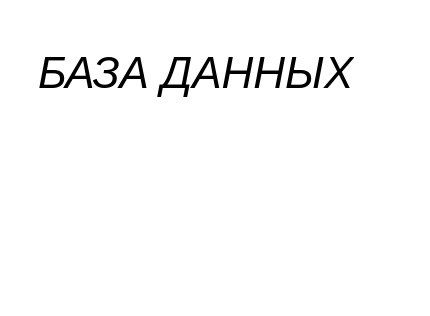
Earlier version of the draw.io diagram page "таски" (3 of 4) of мебкух.drawio (User-cyber-new/mebkuch). Source tidied: cells renumbered, new cells numbered last; positions are measured from the earlier drawing's top-left corner, leaving out a move shared by most shapes. Both pictures are drawn from the tidied source at 200%, with x=0, y=0 at pixel (34, 34).
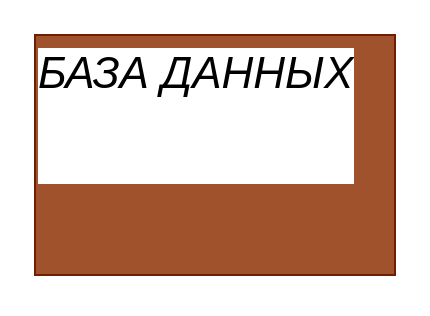
The same diagram, later.

Change to the diagram source:
```diff
@@
 <mxGraphModel>
   <root>
     <mxCell id="0" />
     <mxCell id="1" parent="0" />
-    <mxCell id="2" value="&lt;h1 style=&quot;margin-top: 0px;&quot;&gt;&lt;span style=&quot;color: light-dark(rgb(0, 0, 0), rgb(255, 255, 255)); font-weight: normal;&quot;&gt;&lt;i style=&quot;&quot;&gt;БАЗА ДАННЫХ&lt;br&gt;&lt;/i&gt;&lt;/span&gt;&lt;br&gt;&lt;/h1&gt;" style="text;html=1;whiteSpace=wrap;overflow=hidden;rounded=0;fontFamily=Helvetica;fontSize=11;labelBackgroundColor=default;" parent="1" vertex="1">
+    <mxCell id="2" value="&lt;h1 style=&quot;margin-top: 0px;&quot;&gt;&lt;span style=&quot;color: light-dark(rgb(0, 0, 0), rgb(255, 255, 255)); font-weight: normal;&quot;&gt;&lt;i style=&quot;&quot;&gt;БАЗА ДАННЫХ&lt;br&gt;&lt;/i&gt;&lt;/span&gt;&lt;br&gt;&lt;/h1&gt;" style="text;html=1;whiteSpace=wrap;overflow=hidden;rounded=0;fontFamily=Helvetica;fontSize=11;labelBackgroundColor=default;fillColor=#a0522d;fontColor=#ffffff;strokeColor=#6D1F00;" parent="1" vertex="1">
       <mxGeometry width="180" height="120" as="geometry" />
     </mxCell>
   </root>
 </mxGraphModel>
```
